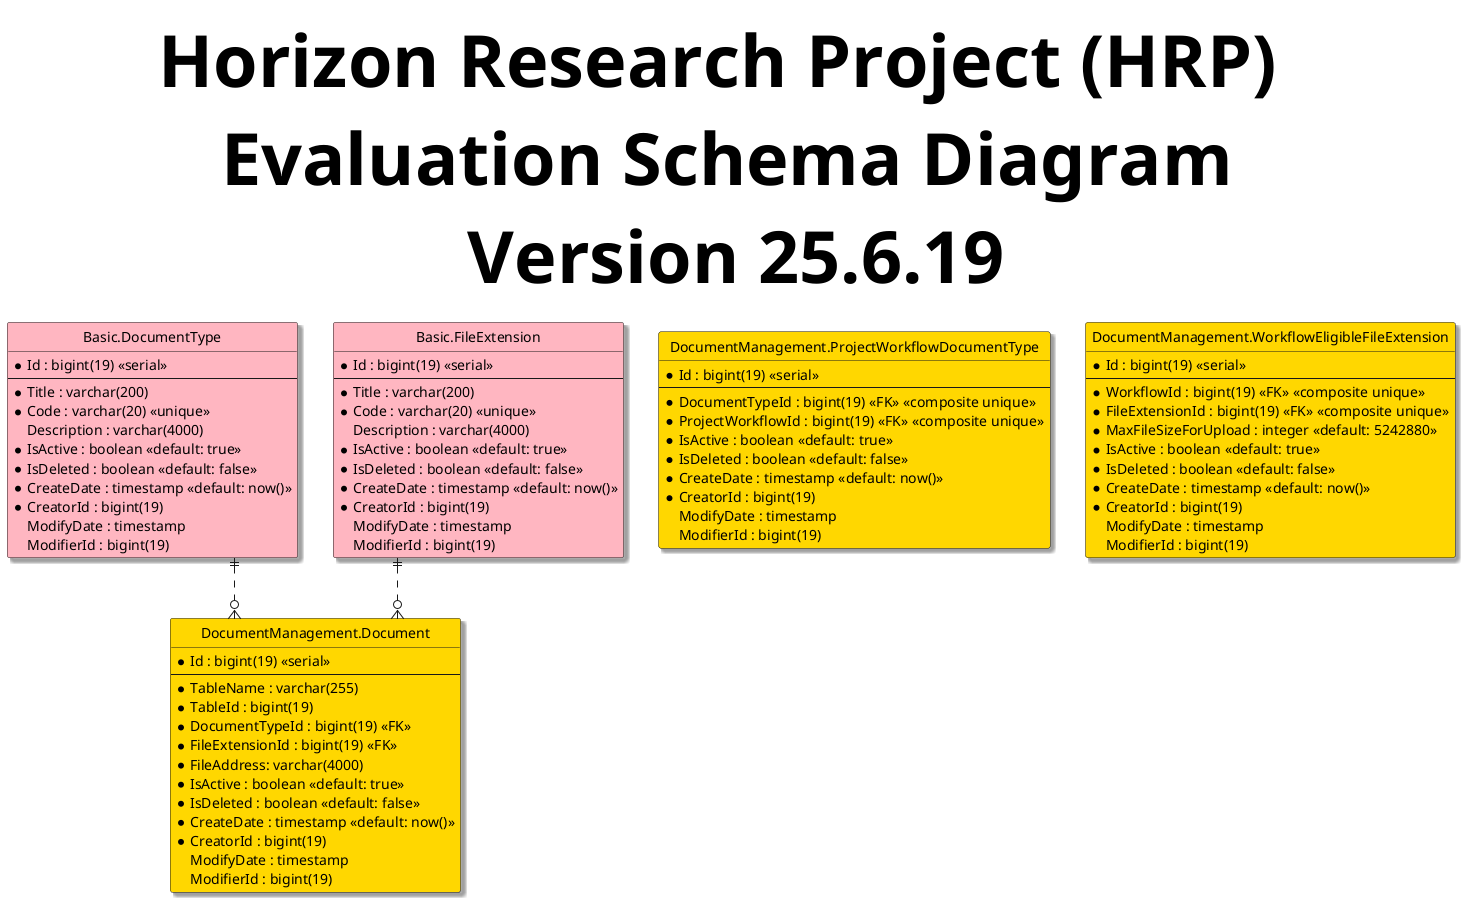
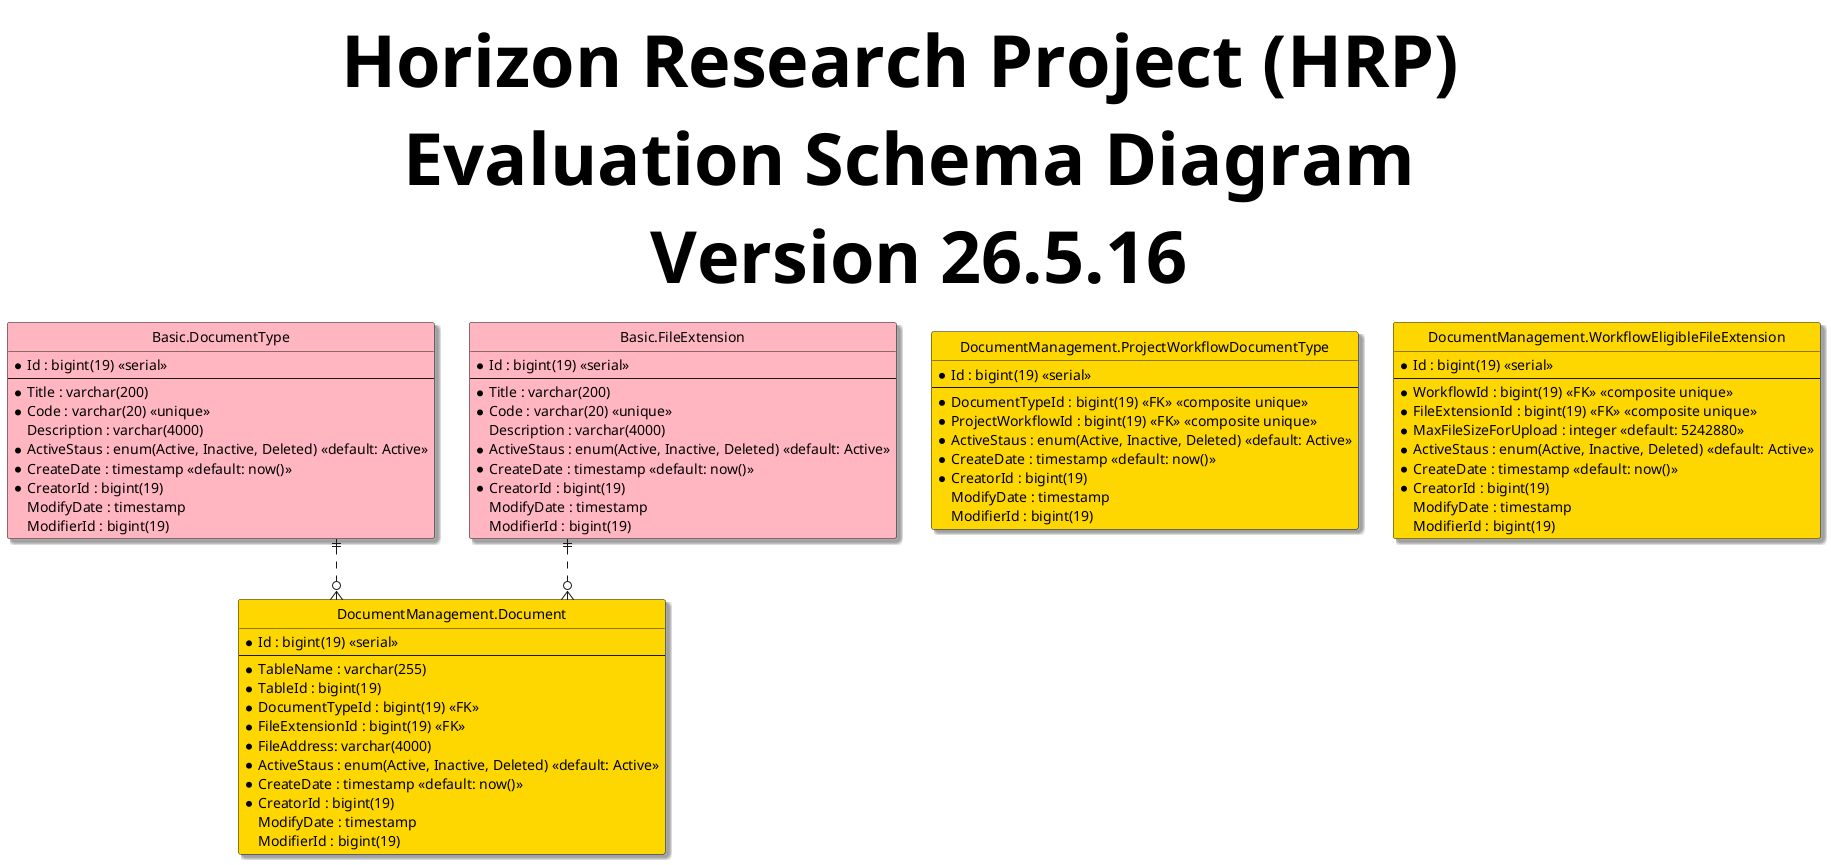
@startuml
hide circle
skinparam classBackgroundColor #Business
skinparam linetype ortho
skinparam Shadowing True
skinparam TitleFontSize 72pt

- title Horizon Research Project (HRP) \n Evaluation Schema Diagram \n Version 25.6.19
+ title Horizon Research Project (HRP) \n Evaluation Schema Diagram \n Version 26.5.16

entity "Basic.DocumentType" as documentType #LightPink{
  *Id : bigint(19) <<serial>>
  --
  *Title : varchar(200)
  *Code : varchar(20) <<unique>>
  Description : varchar(4000)
-   *IsActive : boolean <<default: true>>
-   *IsDeleted : boolean <<default: false>>
+   *ActiveStaus : enum(Active, Inactive, Deleted) <<default: Active>>
  *CreateDate : timestamp <<default: now()>>
  *CreatorId : bigint(19)
  ModifyDate : timestamp
  ModifierId : bigint(19)
}

entity "Basic.FileExtension" as fileExtension #LightPink{
  *Id : bigint(19) <<serial>>
  --
  *Title : varchar(200)
  *Code : varchar(20) <<unique>>
  Description : varchar(4000)
-   *IsActive : boolean <<default: true>>
-   *IsDeleted : boolean <<default: false>>
+   *ActiveStaus : enum(Active, Inactive, Deleted) <<default: Active>>
  *CreateDate : timestamp <<default: now()>>
  *CreatorId : bigint(19)
  ModifyDate : timestamp
  ModifierId : bigint(19)
}

entity "DocumentManagement.Document" as document #Gold{
  *Id : bigint(19) <<serial>>
  --
  *TableName : varchar(255)
  *TableId : bigint(19)
  *DocumentTypeId : bigint(19) <<FK>>
  *FileExtensionId : bigint(19) <<FK>>
  *FileAddress: varchar(4000)
-   *IsActive : boolean <<default: true>>
-   *IsDeleted : boolean <<default: false>>
+   *ActiveStaus : enum(Active, Inactive, Deleted) <<default: Active>>
  *CreateDate : timestamp <<default: now()>>
  *CreatorId : bigint(19)
  ModifyDate : timestamp
  ModifierId : bigint(19)
}

entity "DocumentManagement.ProjectWorkflowDocumentType" as projectWorkflowDocumentType #Gold{
  *Id : bigint(19) <<serial>>
  --
  *DocumentTypeId : bigint(19) <<FK>> <<composite unique>>
  *ProjectWorkflowId : bigint(19) <<FK>> <<composite unique>>
-   *IsActive : boolean <<default: true>>
-   *IsDeleted : boolean <<default: false>>
+   *ActiveStaus : enum(Active, Inactive, Deleted) <<default: Active>>
  *CreateDate : timestamp <<default: now()>>
  *CreatorId : bigint(19)
  ModifyDate : timestamp
  ModifierId : bigint(19)
}

entity "DocumentManagement.WorkflowEligibleFileExtension" as workflowEligibleFileExtension #Gold{
  *Id : bigint(19) <<serial>>
  --
  *WorkflowId : bigint(19) <<FK>> <<composite unique>>
  *FileExtensionId : bigint(19) <<FK>> <<composite unique>>
  *MaxFileSizeForUpload : integer <<default: 5242880>>
-   *IsActive : boolean <<default: true>>
-   *IsDeleted : boolean <<default: false>>
+   *ActiveStaus : enum(Active, Inactive, Deleted) <<default: Active>>
  *CreateDate : timestamp <<default: now()>>
  *CreatorId : bigint(19)
  ModifyDate : timestamp
  ModifierId : bigint(19)
}

documentType ||..o{ document
fileExtension ||..o{ document

@enduml